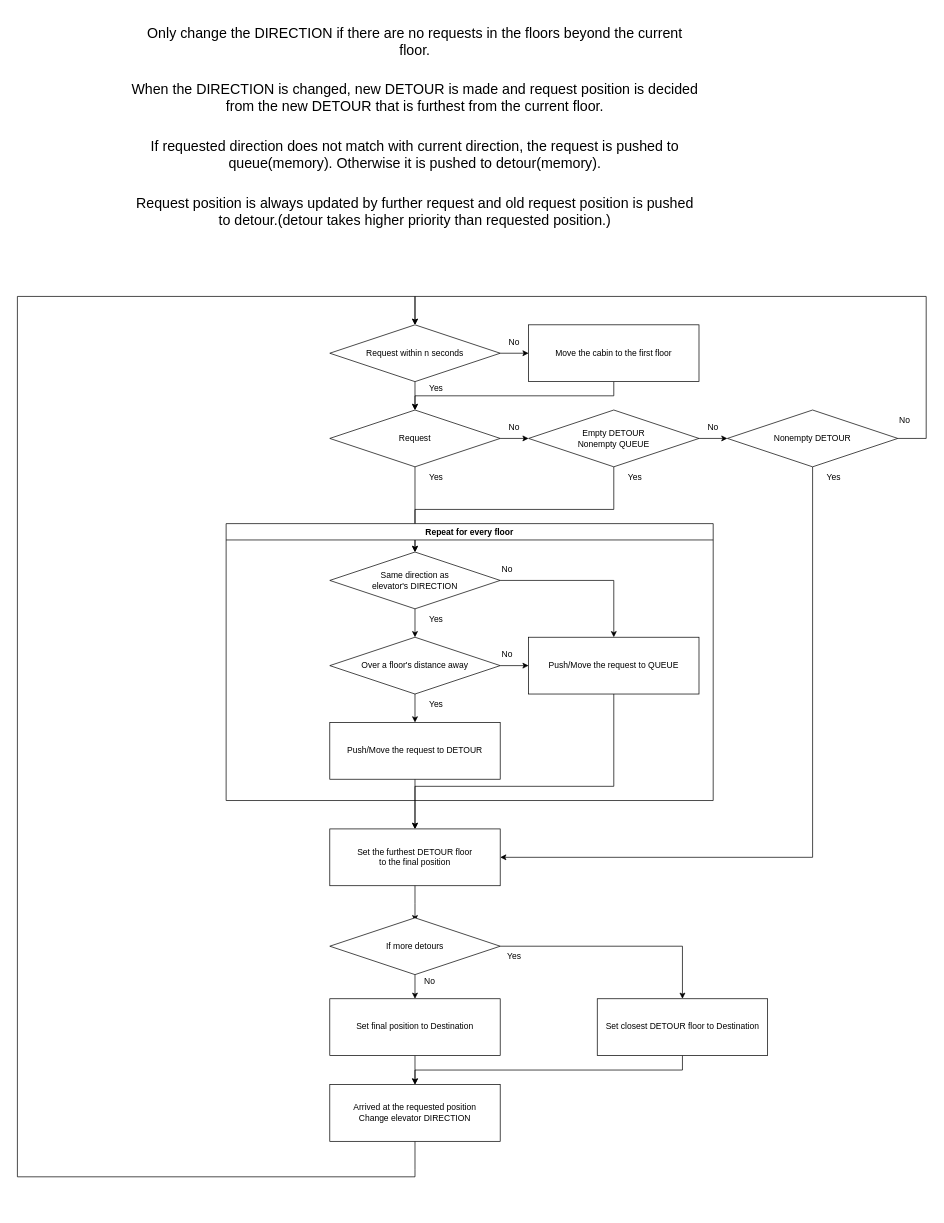
lkw56/Elevator keeps this draw.io diagram as Algorithm.drawio. Above is the earlier version. Source tidied: cells renumbered, new cells numbered last; positions are measured from the earlier drawing's top-left corner, leaving out a move shared by most shapes. Both pictures are drawn from the tidied source at 71%, with x=0, y=0 at pixel (17, 12).
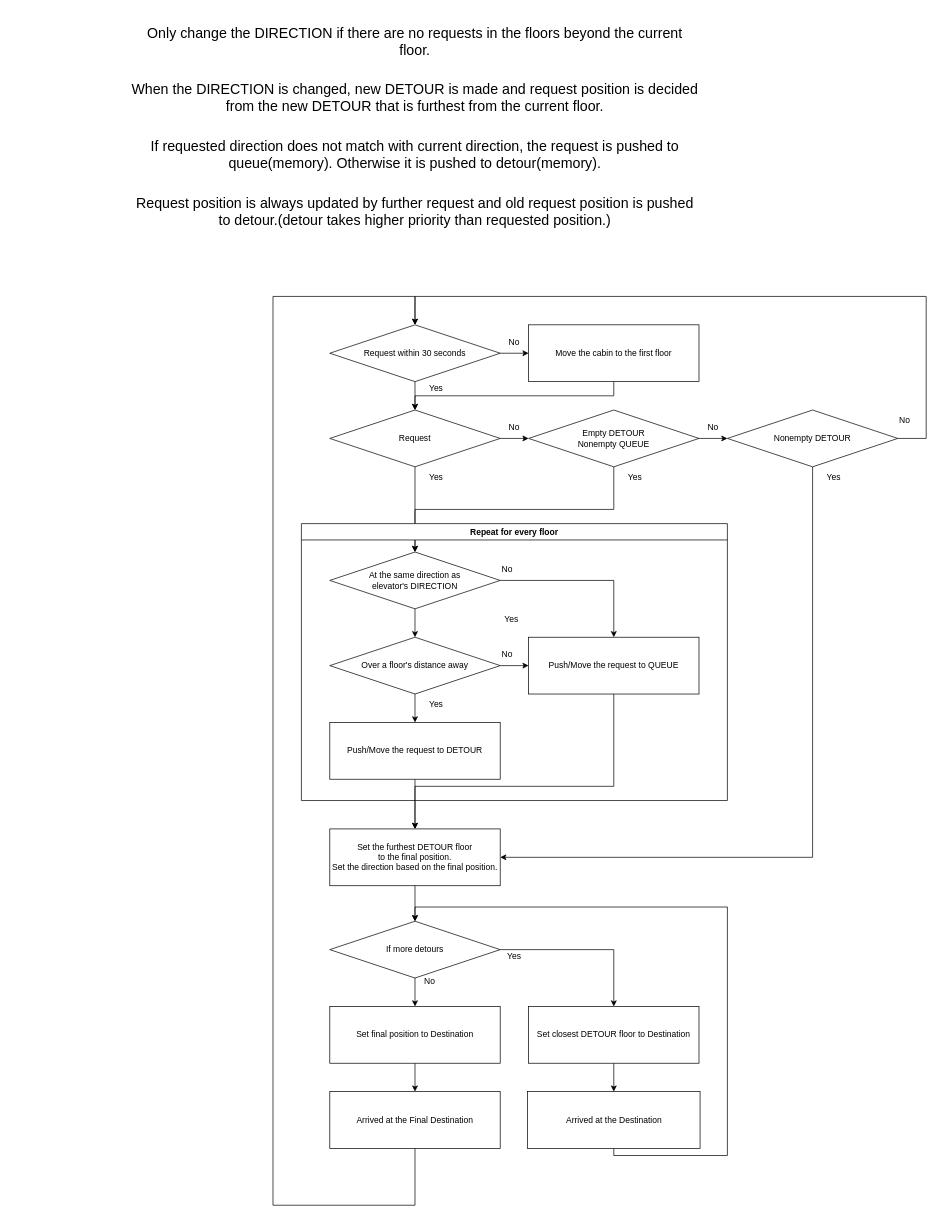
The same diagram, later.

Change to the diagram source:
```diff
@@
     <mxCell id="6" style="edgeStyle=orthogonalEdgeStyle;rounded=0;jettySize=auto;html=1;exitX=0.5;exitY=1;exitDx=0;exitDy=0;entryX=0.5;entryY=0;entryDx=0;entryDy=0;" parent="1" edge="1" source="55" target="35">
       <mxGeometry relative="1" as="geometry">
         <Array as="points">
-          <mxPoint x="560" y="1630" />
-          <mxPoint x="560" y="1640" />
-          <mxPoint y="1640" />
-          <mxPoint y="400" />
+          <mxPoint x="560" y="1680" />
+          <mxPoint x="360" y="1680" />
+          <mxPoint x="360" y="400" />
           <mxPoint x="560" y="400" />
         </Array>
       </mxGeometry>
     </mxCell>
@@
-    <mxCell id="17" value="Same direction as&lt;br&gt;elevator's DIRECTION" style="rhombus;whiteSpace=wrap;html=1;" parent="1" vertex="1">
+    <mxCell id="17" value="At the same direction as&lt;br&gt;elevator's DIRECTION" style="rhombus;whiteSpace=wrap;html=1;" parent="1" vertex="1">
       <mxGeometry x="440" y="760" width="240" height="80" as="geometry" />
     </mxCell>
@@
-    <mxCell id="35" value="Request within n seconds" style="rhombus;whiteSpace=wrap;html=1;" parent="1" vertex="1">
+    <mxCell id="35" value="Request within 30 seconds" style="rhombus;whiteSpace=wrap;html=1;" parent="1" vertex="1">
       <mxGeometry x="440" y="440" width="240" height="80" as="geometry" />
     </mxCell>
@@
     <mxCell id="42" value="Repeat for every floor" style="swimlane;whiteSpace=wrap;html=1;" parent="1" vertex="1">
-      <mxGeometry x="294" y="720" width="686" height="390" as="geometry" />
+      <mxGeometry x="400" y="720" width="600" height="390" as="geometry" />
     </mxCell>
@@
-    <mxCell id="44" style="edgeStyle=orthogonalEdgeStyle;rounded=0;jettySize=auto;html=1;exitX=0.5;exitY=1;exitDx=0;exitDy=0;entryX=0.5;entryY=0;entryDx=0;entryDy=0;" parent="1" edge="1" source="45" target="55">
+    <mxCell id="44" style="edgeStyle=orthogonalEdgeStyle;rounded=0;jettySize=auto;html=1;exitX=0.5;exitY=1;exitDx=0;exitDy=0;" parent="1" edge="1" source="45" target="57">
       <mxGeometry relative="1" as="geometry" />
     </mxCell>
     <mxCell id="45" value="Set closest DETOUR floor to Destination" style="rounded=0;whiteSpace=wrap;html=1;" parent="1" vertex="1">
-      <mxGeometry x="816.7" y="1389.2" width="240" height="80" as="geometry" />
+      <mxGeometry x="720" y="1400" width="240" height="80" as="geometry" />
     </mxCell>
-    <mxCell id="46" value="Set the furthest DETOUR floor &lt;br&gt;to the final position" style="rounded=0;whiteSpace=wrap;html=1;" parent="1" vertex="1">
+    <mxCell id="46" value="Set the furthest DETOUR floor &lt;br&gt;&lt;div&gt;to the final position. &lt;br&gt;&lt;/div&gt;&lt;div&gt;Set the direction based on the final position.&lt;/div&gt;" style="rounded=0;whiteSpace=wrap;html=1;" parent="1" vertex="1">
       <mxGeometry x="440" y="1150" width="240" height="80" as="geometry" />
     </mxCell>
-    <mxCell id="47" style="edgeStyle=orthogonalEdgeStyle;rounded=0;jettySize=auto;html=1;exitX=0.5;exitY=1;exitDx=0;exitDy=0;entryX=0.5;entryY=0;entryDx=0;entryDy=0;" parent="1" edge="1" source="46">
-      <mxGeometry relative="1" as="geometry">
-        <mxPoint x="560" y="1280" as="targetPoint" />
-      </mxGeometry>
+    <mxCell id="47" style="edgeStyle=orthogonalEdgeStyle;rounded=0;jettySize=auto;html=1;exitX=0.5;exitY=1;exitDx=0;exitDy=0;entryX=0.5;entryY=0;entryDx=0;entryDy=0;" parent="1" edge="1" source="46" target="50">
+      <mxGeometry relative="1" as="geometry" />
     </mxCell>
@@
     <mxCell id="50" value="If more detours" style="rhombus;whiteSpace=wrap;html=1;" parent="1" vertex="1">
-      <mxGeometry x="440" y="1275.2" width="240" height="80" as="geometry" />
+      <mxGeometry x="440" y="1280" width="240" height="80" as="geometry" />
     </mxCell>
@@
     <mxCell id="52" value="Set final position to Destination" style="rounded=0;whiteSpace=wrap;html=1;" parent="1" vertex="1">
-      <mxGeometry x="440" y="1389.2" width="240" height="80" as="geometry" />
+      <mxGeometry x="440" y="1400" width="240" height="80" as="geometry" />
     </mxCell>
@@
-    <mxCell id="55" value="Arrived at the requested position&lt;br&gt;Change elevator DIRECTION" style="rounded=0;whiteSpace=wrap;html=1;" parent="1" vertex="1">
-      <mxGeometry x="440" y="1510" width="240" height="80" as="geometry" />
+    <mxCell id="55" value="Arrived at the Final Destination" style="rounded=0;whiteSpace=wrap;html=1;" parent="1" vertex="1">
+      <mxGeometry x="440" y="1520" width="240" height="80" as="geometry" />
     </mxCell>
+    <mxCell id="56" style="edgeStyle=orthogonalEdgeStyle;rounded=0;jettySize=auto;html=1;exitX=0.5;exitY=1;exitDx=0;exitDy=0;entryX=0.5;entryY=0;entryDx=0;entryDy=0;" parent="1" edge="1" source="57" target="50">
+      <mxGeometry relative="1" as="geometry">
+        <Array as="points">
+          <mxPoint x="840" y="1610" />
+          <mxPoint x="1000" y="1610" />
+          <mxPoint x="1000" y="1260" />
+          <mxPoint x="560" y="1260" />
+        </Array>
+      </mxGeometry>
+    </mxCell>
+    <mxCell id="57" value="Arrived at the Destination" style="rounded=0;whiteSpace=wrap;html=1;" parent="1" vertex="1">
+      <mxGeometry x="718.5" y="1520" width="243" height="80" as="geometry" />
+    </mxCell>
```
